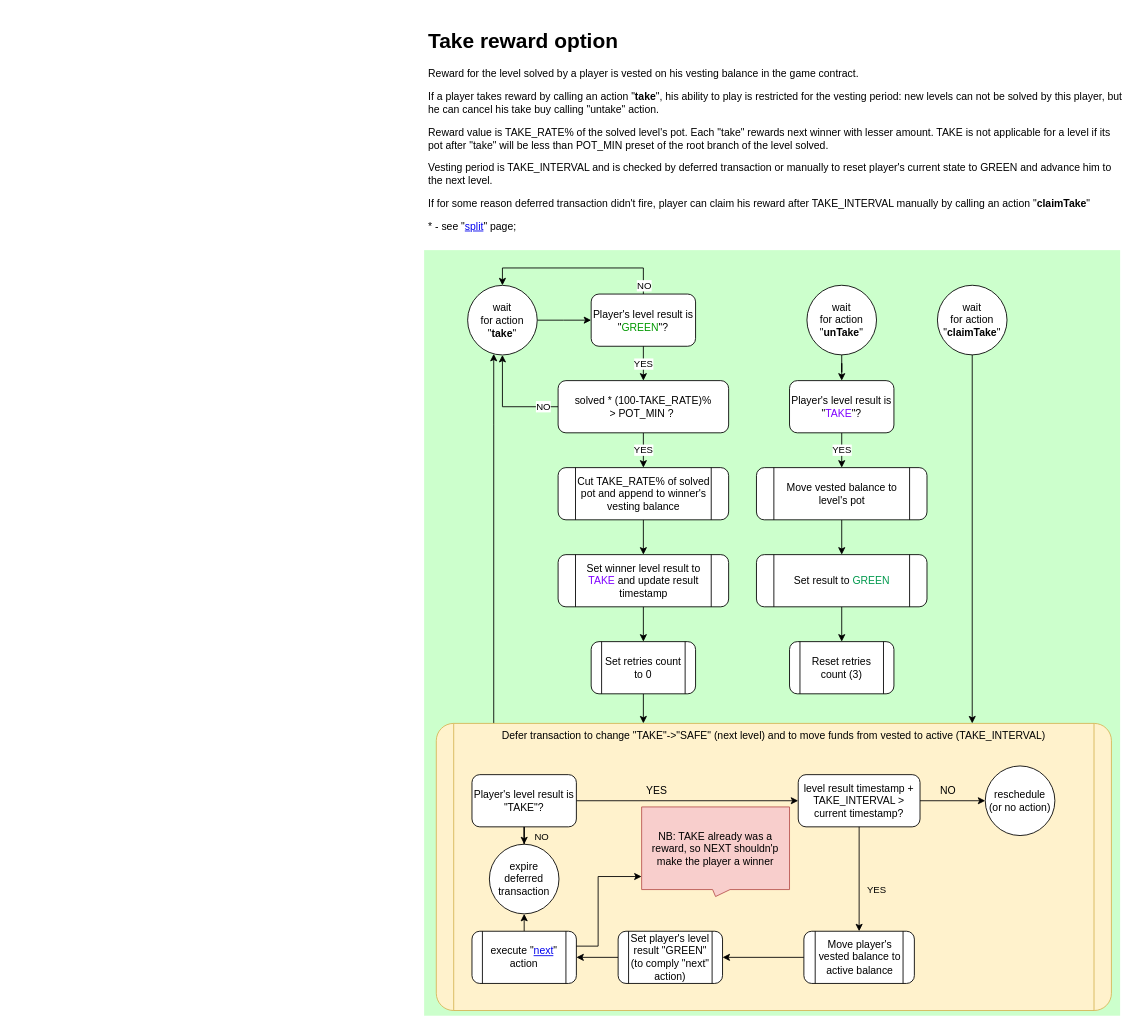
Before: page "take" (11 of 15) of ia/WOFFLER IA.drawio in cptn-solo/woffler_contract, a draw.io diagram. Source tidied: cells renumbered, new cells numbered last; positions are measured from the earlier drawing's top-left corner, leaving out a move shared by most shapes. Both pictures are drawn from the tidied source at 87%, with x=0, y=0 at pixel (424, 23).
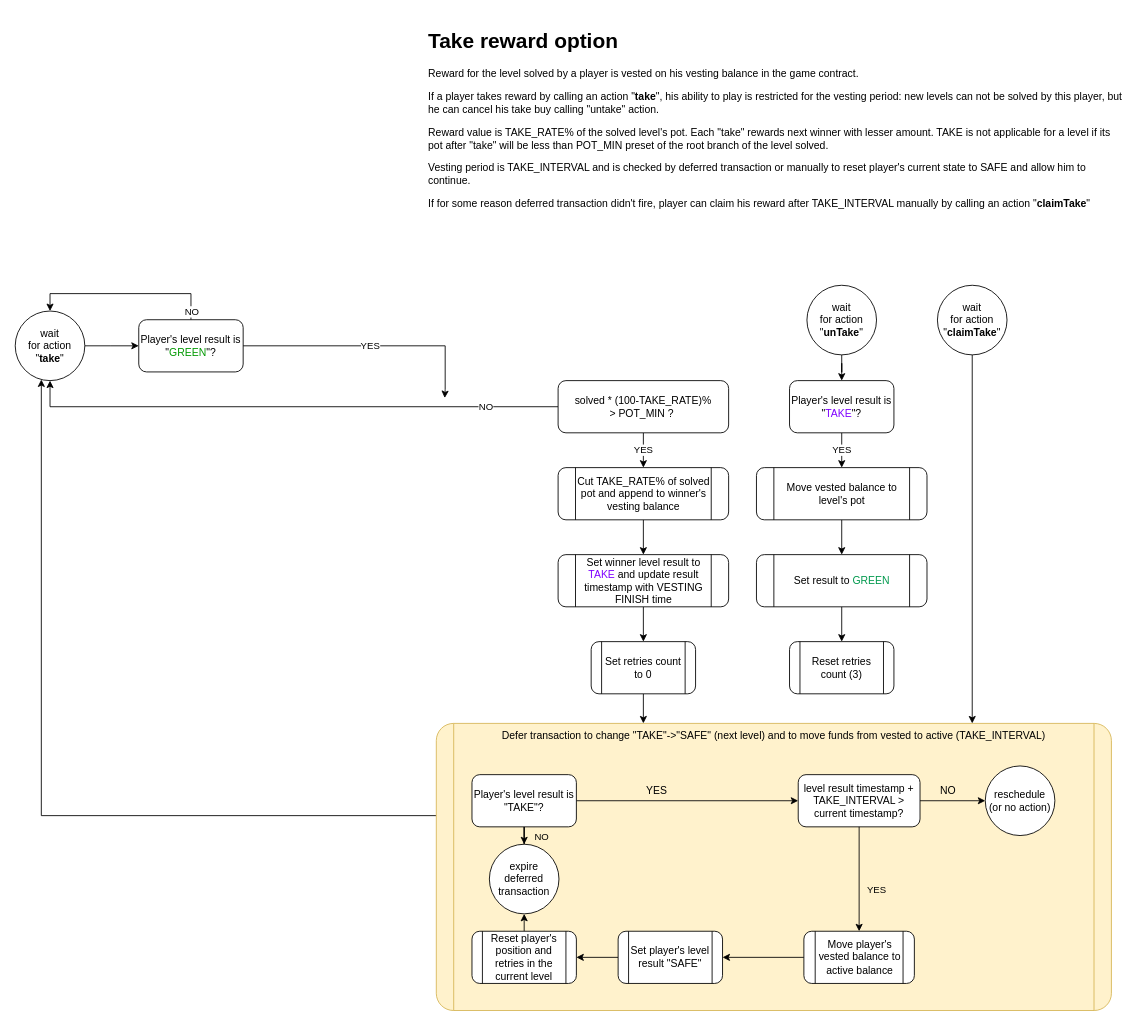
The same page after the edit.

Commit message (it also covers changes not shown here):
#70 Limit `revshare` action scope to 10-20 branches per call to prevent overtiming: added treshold (10) some IA cleanup

The change refers to these unchanged cells:
```xml
<mxCell id="10" value="Defer transaction to change &quot;TAKE&quot;-&amp;gt;&quot;SAFE&quot; (next level) and to move funds from vested to active (TAKE_INTERVAL)" style="shape=process;rounded=1;whiteSpace=wrap;html=1;shadow=0;glass=0;strokeColor=#d6b656;align=center;fillColor=#fff2cc;verticalAlign=top;size=0.024609843937575048;arcSize=6;" parent="3" vertex="1">
  <mxGeometry x="14" y="804" width="776" height="330" as="geometry" />
</mxCell>
<mxCell id="20" value="&lt;span&gt;solved * (100-TAKE_RATE)% &lt;br&gt;&amp;gt; POT_MIN ?&amp;nbsp;&lt;/span&gt;&lt;br&gt;" style="rounded=1;whiteSpace=wrap;html=1;shadow=0;glass=0;strokeColor=#000000;align=center;" parent="3" vertex="1">
  <mxGeometry x="154" y="410" width="196" height="60" as="geometry" />
</mxCell>
```

The edit, as a diff of the source:
```diff
@@
-    <mxCell id="1" parent="0" />
-    <mxCell id="2" style="rounded=0;whiteSpace=wrap;html=1;rotation=0;strokeColor=none;fillColor=#CCFFCC;" parent="1" vertex="1">
-      <mxGeometry y="260" width="800" height="880" as="geometry" />
-    </mxCell>
@@
-    <mxCell id="4" value="&lt;h1&gt;Take reward option&lt;/h1&gt;&lt;p&gt;Reward for the level solved by a player is vested on his vesting balance in the game contract.&amp;nbsp;&lt;/p&gt;&lt;p&gt;If a player takes reward by calling an action &quot;&lt;b&gt;take&lt;/b&gt;&quot;, his ability to play is restricted for the vesting period: new levels can not be solved by this player, but he can cancel his take buy calling &quot;untake&quot; action.&lt;/p&gt;&lt;p&gt;&lt;span&gt;Reward value is TAKE_RATE% of the solved level's pot. Each &quot;take&quot; rewards next winner with lesser amount. TAKE is not applicable for a level if its pot after &quot;take&quot; will be less than POT_MIN preset of the root branch of the level solved.&lt;/span&gt;&lt;/p&gt;&lt;p&gt;Vesting period is TAKE_INTERVAL and is checked by deferred transaction or manually to reset player's current state to GREEN and advance him to the next level.&lt;/p&gt;&lt;p&gt;If for some reason deferred transaction didn't fire, player can claim his reward after TAKE_INTERVAL manually by calling an action &quot;&lt;b&gt;claimTake&lt;/b&gt;&quot;&lt;/p&gt;&lt;p&gt;* - see &quot;&lt;a href=&quot;data:page/id,RZN9b7-a2ACqxdP8axuu&quot;&gt;split&lt;/a&gt;&quot; page;&lt;/p&gt;" style="text;html=1;strokeColor=none;fillColor=none;spacing=5;spacingTop=-20;whiteSpace=wrap;overflow=hidden;rounded=0;fontColor=#000000;" parent="3" vertex="1">
-      <mxGeometry width="810" height="270" as="geometry" />
+    <mxCell id="4" value="&lt;h1&gt;Take reward option&lt;/h1&gt;&lt;p&gt;Reward for the level solved by a player is vested on his vesting balance in the game contract.&amp;nbsp;&lt;/p&gt;&lt;p&gt;If a player takes reward by calling an action &quot;&lt;b&gt;take&lt;/b&gt;&quot;, his ability to play is restricted for the vesting period: new levels can not be solved by this player, but he can cancel his take buy calling &quot;untake&quot; action.&lt;/p&gt;&lt;p&gt;&lt;span&gt;Reward value is TAKE_RATE% of the solved level's pot. Each &quot;take&quot; rewards next winner with lesser amount. TAKE is not applicable for a level if its pot after &quot;take&quot; will be less than POT_MIN preset of the root branch of the level solved.&lt;/span&gt;&lt;/p&gt;&lt;p&gt;Vesting period is TAKE_INTERVAL and is checked by deferred transaction or manually to reset player's current state to SAFE and allow him to continue.&lt;/p&gt;&lt;p&gt;If for some reason deferred transaction didn't fire, player can claim his reward after TAKE_INTERVAL manually by calling an action &quot;&lt;b&gt;claimTake&lt;/b&gt;&quot;&lt;/p&gt;" style="text;html=1;strokeColor=none;fillColor=none;spacing=5;spacingTop=-20;whiteSpace=wrap;overflow=hidden;rounded=0;fontColor=#000000;" parent="3" vertex="1">
+      <mxGeometry width="810" height="230" as="geometry" />
     </mxCell>
@@
     <mxCell id="7" style="edgeStyle=orthogonalEdgeStyle;rounded=0;jettySize=auto;html=1;endFill=1;fontSize=10;" parent="3" edge="1" source="10" target="12">
       <mxGeometry relative="1" as="geometry">
         <Array as="points">
-          <mxPoint x="80" y="460" />
-          <mxPoint x="80" y="460" />
+          <mxPoint x="-440" y="910" />
         </Array>
       </mxGeometry>
     </mxCell>
@@
     <mxCell id="11" style="edgeStyle=orthogonalEdgeStyle;rounded=0;jettySize=auto;html=1;fontSize=11;" parent="3" edge="1" source="12" target="17">
       <mxGeometry relative="1" as="geometry">
         <Array as="points">
-          <mxPoint x="160" y="340.5" />
-          <mxPoint x="160" y="340.5" />
+          <mxPoint x="-360" y="370" />
+          <mxPoint x="-360" y="370" />
         </Array>
       </mxGeometry>
     </mxCell>
     <mxCell id="12" value="wait &lt;br&gt;for action &quot;&lt;b&gt;take&lt;/b&gt;&quot;" style="ellipse;whiteSpace=wrap;html=1;rounded=1;shadow=0;glass=0;align=center;" parent="3" vertex="1">
-      <mxGeometry x="50" y="300.5" width="80" height="80" as="geometry" />
+      <mxGeometry x="-470" y="330" width="80" height="80" as="geometry" />
     </mxCell>
@@
-    <mxCell id="14" value="Set winner level result to &lt;font color=&quot;#7f00ff&quot;&gt;TAKE&lt;/font&gt; and update result timestamp" style="shape=process;rounded=1;whiteSpace=wrap;html=1;shadow=0;glass=0;strokeColor=#000000;align=center;" parent="3" vertex="1">
+    <mxCell id="14" value="Set winner level result to &lt;font color=&quot;#7f00ff&quot;&gt;TAKE&lt;/font&gt; and update result timestamp with VESTING FINISH time" style="shape=process;rounded=1;whiteSpace=wrap;html=1;shadow=0;glass=0;strokeColor=#000000;align=center;" parent="3" vertex="1">
       <mxGeometry x="154" y="610" width="196" height="60" as="geometry" />
     </mxCell>
     <mxCell id="15" style="edgeStyle=orthogonalEdgeStyle;rounded=0;jettySize=auto;html=1;" parent="3" edge="1" source="17" target="12">
       <mxGeometry relative="1" as="geometry">
         <Array as="points">
-          <mxPoint x="252" y="280.5" />
-          <mxPoint x="90" y="280.5" />
+          <mxPoint x="-268" y="310" />
+          <mxPoint x="-430" y="310" />
         </Array>
       </mxGeometry>
     </mxCell>
@@
     <mxCell id="17" value="Player's level result is &quot;&lt;font color=&quot;#009900&quot;&gt;GREEN&lt;/font&gt;&quot;?&lt;br&gt;" style="rounded=1;whiteSpace=wrap;html=1;shadow=0;glass=0;strokeColor=#000000;align=center;" parent="3" vertex="1">
-      <mxGeometry x="192" y="310.5" width="120" height="60" as="geometry" />
+      <mxGeometry x="-328" y="340" width="120" height="60" as="geometry" />
     </mxCell>
@@
     <mxCell id="19" value="NO" style="edgeStyle=orthogonalEdgeStyle;rounded=0;jettySize=auto;html=1;fontSize=11;fontColor=#000000;" parent="3" edge="1" source="20" target="12">
-      <mxGeometry x="-0.73" relative="1" as="geometry" />
+      <mxGeometry x="-0.73" relative="1" as="geometry">
+        <Array as="points">
+          <mxPoint x="-430" y="440" />
+        </Array>
+      </mxGeometry>
     </mxCell>
@@
-    <mxCell id="21" value="YES" style="edgeStyle=orthogonalEdgeStyle;rounded=0;jettySize=auto;html=1;endArrow=classic;endFill=1;align=center;" parent="3" edge="1" source="17" target="20">
-      <mxGeometry relative="1" as="geometry" />
+    <mxCell id="21" value="YES" style="edgeStyle=orthogonalEdgeStyle;rounded=0;jettySize=auto;html=1;endArrow=classic;endFill=1;align=center;" parent="3" edge="1" source="17">
+      <mxGeometry relative="1" as="geometry">
+        <mxPoint x="23.7" y="430" as="targetPoint" />
+      </mxGeometry>
     </mxCell>
@@
-    <mxCell id="32" value="Set player's level result &quot;GREEN&quot;&lt;br&gt;(to comply &quot;next&quot; action)&lt;br&gt;" style="shape=process;rounded=1;whiteSpace=wrap;html=1;shadow=0;glass=0;strokeColor=#000000;align=center;" parent="3" vertex="1">
+    <mxCell id="32" value="Set player's level result &quot;SAFE&quot;&lt;br&gt;" style="shape=process;rounded=1;whiteSpace=wrap;html=1;shadow=0;glass=0;strokeColor=#000000;align=center;" parent="3" vertex="1">
       <mxGeometry x="223" y="1042.9" width="120" height="60" as="geometry" />
     </mxCell>
@@
-    <mxCell id="34" value="execute &quot;&lt;a href=&quot;data:page/id,PO2idtyygykwMbh8yiFy&quot;&gt;next&lt;/a&gt;&quot; action&lt;br&gt;" style="shape=process;rounded=1;whiteSpace=wrap;html=1;shadow=0;glass=0;strokeColor=#000000;align=center;" parent="3" vertex="1">
+    <mxCell id="34" value="Reset player's position and retries in the current level&lt;br&gt;" style="shape=process;rounded=1;whiteSpace=wrap;html=1;shadow=0;glass=0;strokeColor=#000000;align=center;" parent="3" vertex="1">
       <mxGeometry x="55" y="1042.9" width="120" height="60" as="geometry" />
     </mxCell>
@@
-    <mxCell id="40" value="NB: TAKE already was a reward, so NEXT shouldn'p make the player a winner" style="shape=callout;whiteSpace=wrap;html=1;perimeter=calloutPerimeter;size=8;position=0.48;fillColor=#f8cecc;strokeColor=#b85450;" parent="3" vertex="1">
-      <mxGeometry x="250" y="900" width="170" height="103" as="geometry" />
-    </mxCell>
-    <mxCell id="41" style="edgeStyle=orthogonalEdgeStyle;rounded=0;jettySize=auto;html=1;" parent="3" edge="1" source="34" target="40">
-      <mxGeometry relative="1" as="geometry">
-        <Array as="points">
-          <mxPoint x="200" y="1060" />
-          <mxPoint x="200" y="980" />
-        </Array>
-      </mxGeometry>
-    </mxCell>
```
